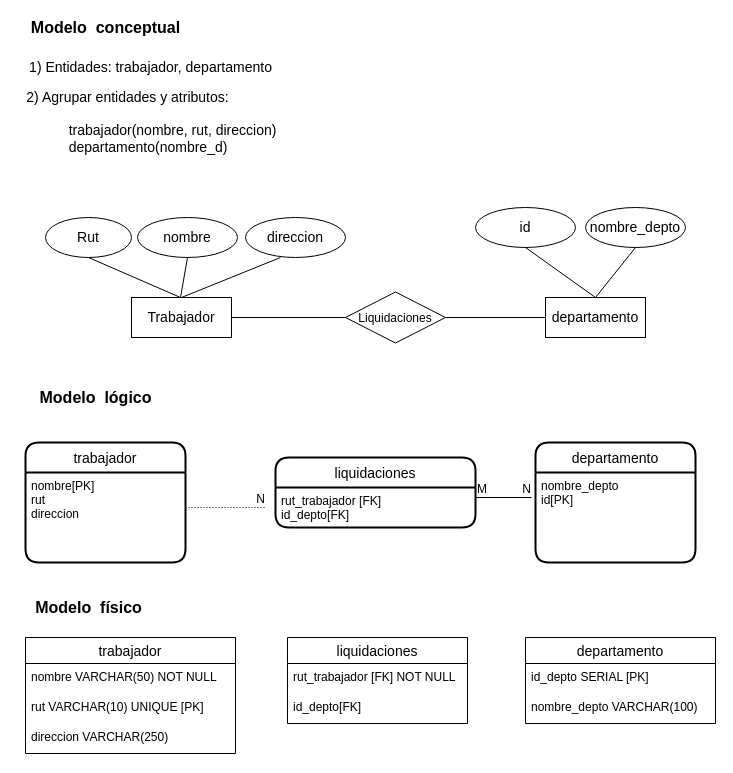
Earlier version of the draw.io diagram modelamiento.drawio (gilibethvega/modelamiento_de_datos). Source tidied: cells renumbered, new cells numbered last; positions are measured from the earlier drawing's top-left corner, leaving out a move shared by most shapes. Both pictures are drawn from the tidied source at 100%, with x=0, y=0 at pixel (17, 17).
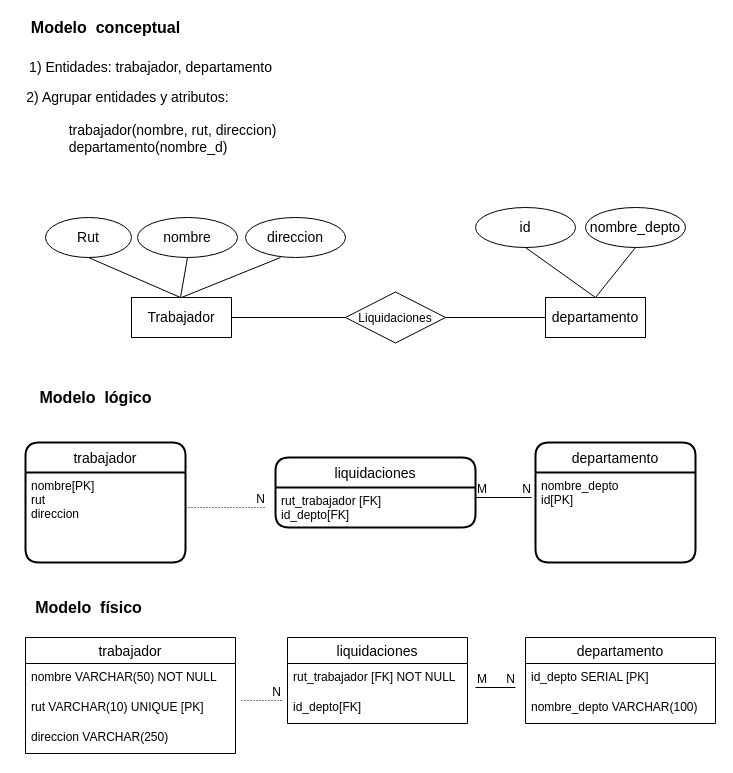
The same diagram, later.

Diff of the diagram source:
```diff
@@
+    <mxCell id="45" style="endArrow=none;html=1;rounded=0;dashed=1;dashPattern=1 2;fontSize=14;" parent="1" edge="1">
+      <mxGeometry relative="1" as="geometry">
+        <mxPoint x="224" y="683" as="sourcePoint" />
+        <mxPoint x="264" y="683" as="targetPoint" />
+      </mxGeometry>
+    </mxCell>
+    <mxCell id="46" value="N" style="html=1;align=right;verticalAlign=bottom;" parent="45" vertex="1">
+      <mxGeometry x="1" relative="1" as="geometry" />
+    </mxCell>
+    <mxCell id="47" style="endArrow=none;html=1;rounded=0;fontSize=14;exitX=1;exitY=0.25;exitDx=0;exitDy=0;" parent="1" edge="1">
+      <mxGeometry relative="1" as="geometry">
+        <mxPoint x="458" y="670" as="sourcePoint" />
+        <mxPoint x="498" y="670" as="targetPoint" />
+      </mxGeometry>
+    </mxCell>
+    <mxCell id="48" value="M" style="html=1;align=left;verticalAlign=bottom;" parent="47" vertex="1">
+      <mxGeometry x="-1" relative="1" as="geometry" />
+    </mxCell>
+    <mxCell id="49" value="N" style="html=1;align=right;verticalAlign=bottom;" parent="47" vertex="1">
+      <mxGeometry x="1" relative="1" as="geometry" />
+    </mxCell>
```
